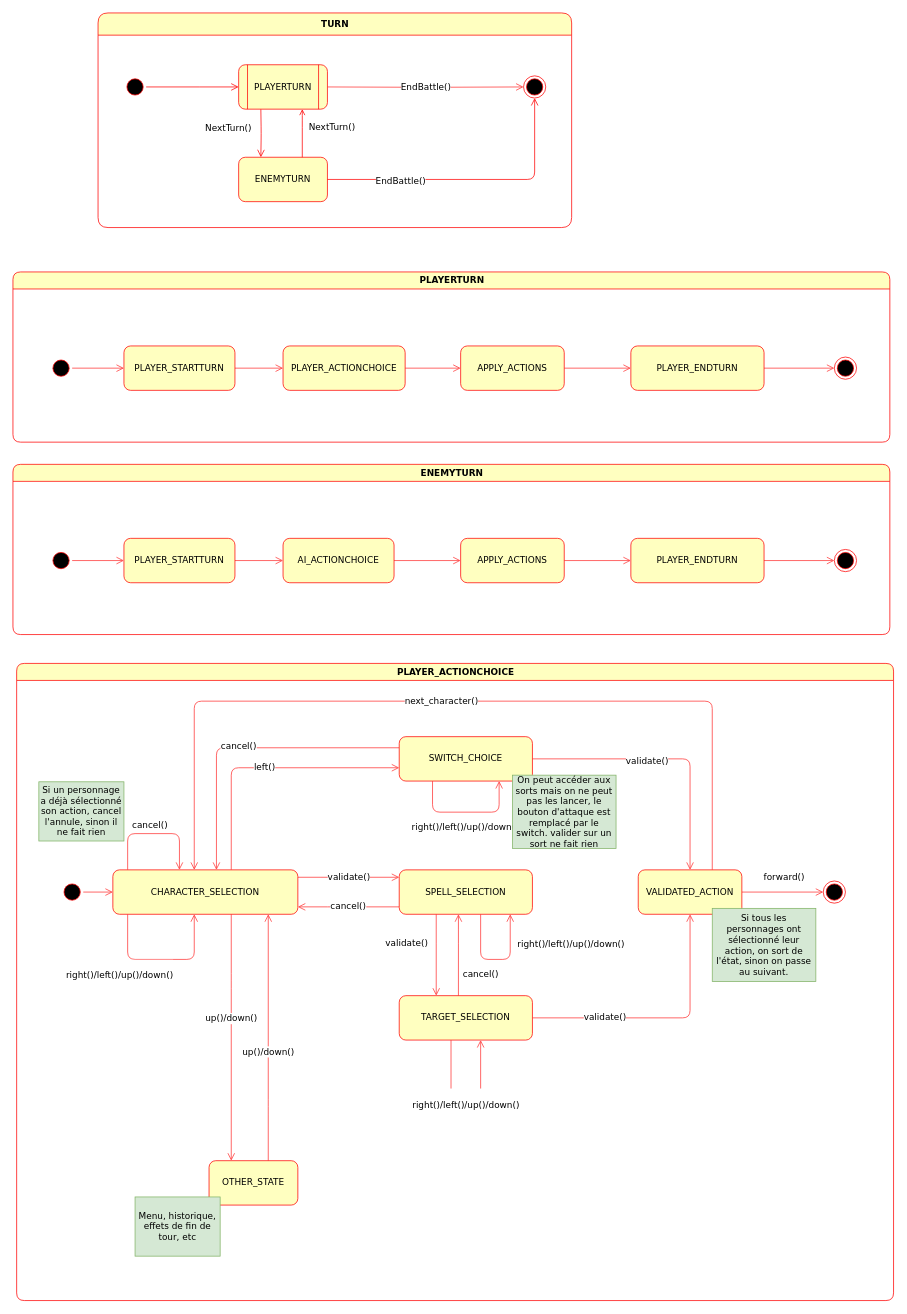
This is page "TURN, PLAYERTURN, ENEMYTURN, PLAYER_ACTIONCHOICE" (2 of 2) of Assets/Resources/states_modelisation.drawio from Ushien/Genesis-Zero, a draw.io file, before an edit. Source tidied: cells renumbered, new cells numbered last; positions are measured from the earlier drawing's top-left corner, leaving out a move shared by most shapes. Both pictures are drawn from the tidied source at 74%, with x=0, y=0 at pixel (13, 13).
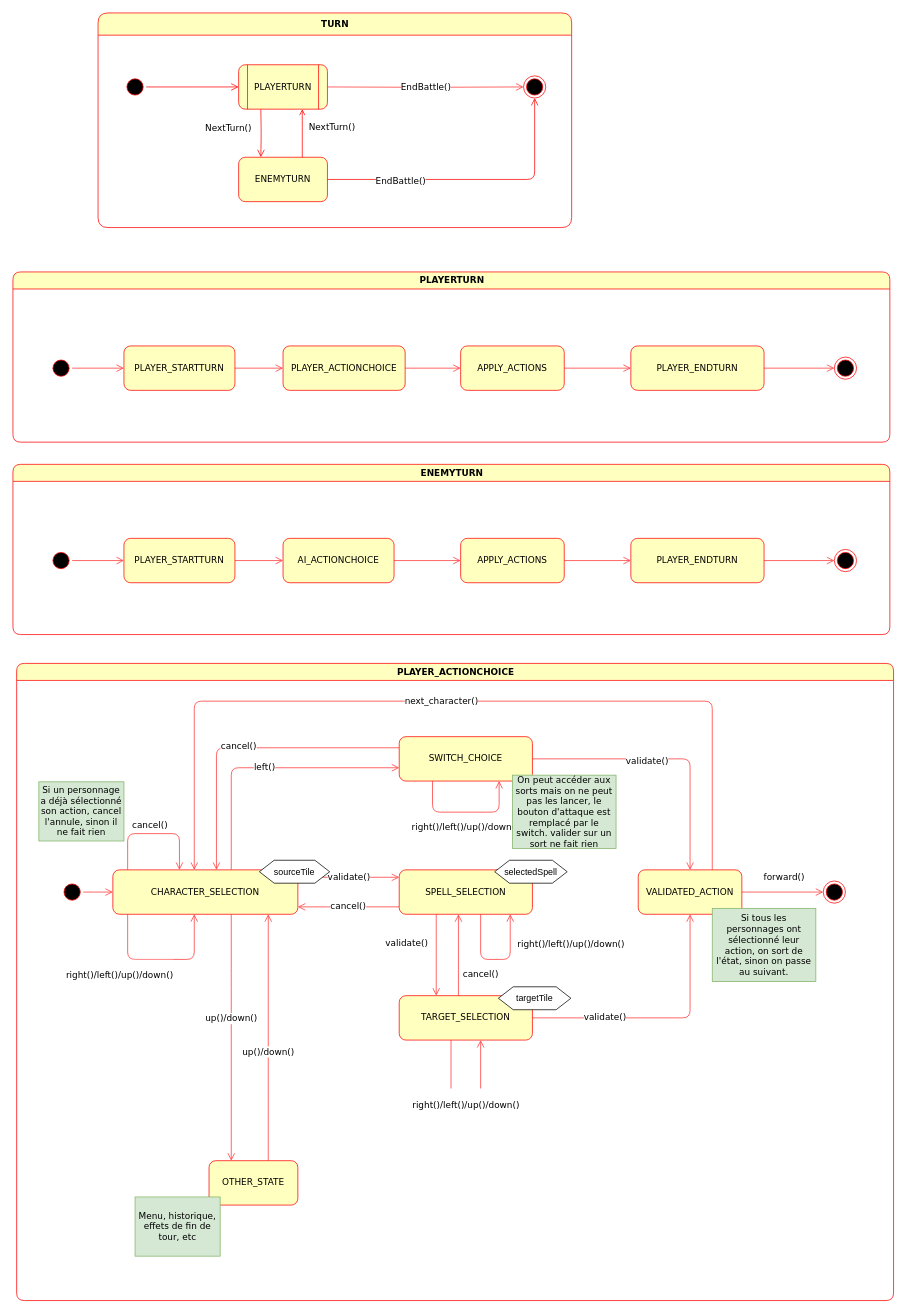
The same diagram, later.

The change refers to these unchanged cells:
```xml
<mxCell id="37" value="PLAYER_ACTIONCHOICE" style="swimlane;shadow=0;labelBackgroundColor=none;comic=0;fontFamily=Verdana;fontSize=12;fontColor=#000000;strokeColor=#ff0000;fillColor=#ffffc0;html=1;rounded=1;" parent="1" vertex="1">
  <mxGeometry x="5" y="879" width="1185" height="861" as="geometry" />
</mxCell>
```

Diff of the diagram source:
```diff
@@
+    <mxCell id="75" value="sourceTile" style="shape=hexagon;perimeter=hexagonPerimeter2;whiteSpace=wrap;html=1;fixedSize=1;" parent="37" vertex="1">
+      <mxGeometry x="328" y="266" width="95" height="31" as="geometry" />
+    </mxCell>
+    <mxCell id="76" value="selectedSpell" style="shape=hexagon;perimeter=hexagonPerimeter2;whiteSpace=wrap;html=1;fixedSize=1;" parent="37" vertex="1">
+      <mxGeometry x="646" y="266" width="98" height="31" as="geometry" />
+    </mxCell>
+    <mxCell id="77" value="targetTile" style="shape=hexagon;perimeter=hexagonPerimeter2;whiteSpace=wrap;html=1;fixedSize=1;" parent="37" vertex="1">
+      <mxGeometry x="651" y="437" width="98" height="31" as="geometry" />
+    </mxCell>
```
